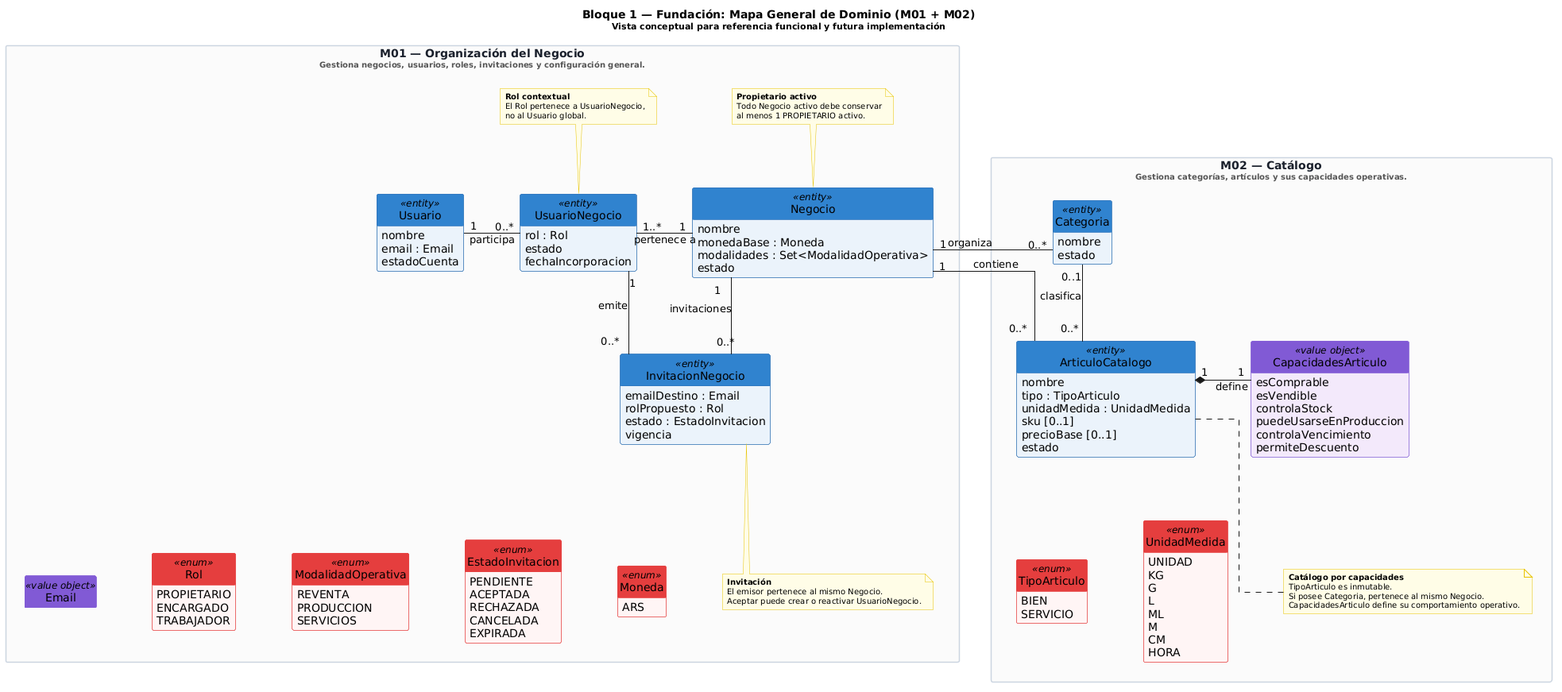
Above: Proyecto-3-Extendido-Generico/modelo-dominio/bloque-1-fundacion/01-diagrama-general.png in Jorge10192/TP-Programacion2-UNSAM-2C2026 (PlantUML), before the change.
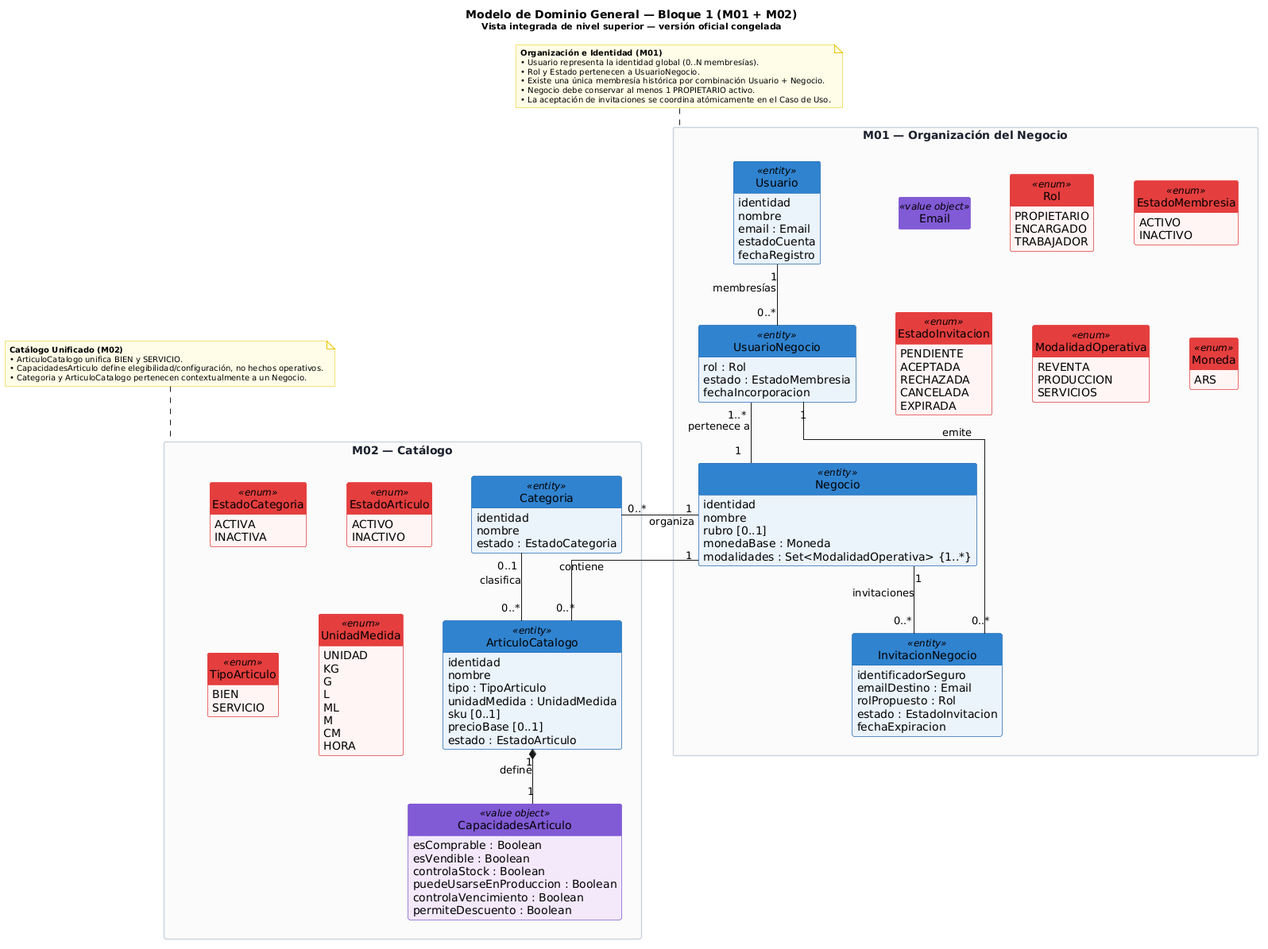
Later version of the same file.

Change to the diagram source:
```diff
@@ -1,13 +1,14 @@
 @startuml
-title Bloque 1 — Fundación: Mapa General de Dominio (M01 + M02)\n<size:11>Vista conceptual para referencia funcional y futura implementación</size>
+title Modelo de Dominio General — Bloque 1 (M01 + M02)\n<size:11>Vista integrada de nivel superior — versión oficial congelada</size>
 
 
 skinparam classAttributeIconSize 0
 skinparam linetype ortho
 skinparam packageStyle rectangle
 skinparam shadowing false
-skinparam nodesep 70
-skinparam ranksep 80
+skinparam nodesep 50
+skinparam ranksep 60
+
 skinparam noteFontSize 10
 skinparam noteBackgroundColor #FFFDE7
 skinparam noteBorderColor #E6C200
@@ -16,59 +17,58 @@
 hide empty members
 
 skinparam class {
-    BackgroundColor<<entity>> #EBF3FA
-    BorderColor<<entity>> #2B6CB0
-    HeaderBackgroundColor<<entity>> #3182CE
+  BackgroundColor<<entity>> #EBF3FA
+  BorderColor<<entity>> #2B6CB0
+  HeaderBackgroundColor<<entity>> #3182CE
 
-    BackgroundColor<<value object>> #F3E8FA
-    BorderColor<<value object>> #805AD5
-    HeaderBackgroundColor<<value object>> #805AD5
+  BackgroundColor<<value object>> #F3E8FA
+  BorderColor<<value object>> #805AD5
+  HeaderBackgroundColor<<value object>> #805AD5
 
-    BackgroundColor<<enum>> #FFF5F5
-    BorderColor<<enum>> #E53E3E
-    HeaderBackgroundColor<<enum>> #E53E3E
+  BackgroundColor<<enum>> #FFF5F5
+  BorderColor<<enum>> #E53E3E
+  HeaderBackgroundColor<<enum>> #E53E3E
 }
 
 skinparam package {
-    BorderColor #CBD5E0
-    BackgroundColor #FAFAFA
-    FontColor #1A202C
-    FontStyle bold
+  BorderColor #CBD5E0
+  BackgroundColor #FAFAFA
+  FontColor #1A202C
+  FontStyle bold
 }
 
 
-package "M01 — Organización del Negocio\n<size:10><font color=555555>Gestiona negocios, usuarios, roles, invitaciones y configuración general.</font></size>" as M01 {
+package "M01 — Organización del Negocio" as M01 {
 
   class Usuario <<entity>> {
+    identidad
     nombre
     email : Email
     estadoCuenta
+    fechaRegistro
   }
 
   class UsuarioNegocio <<entity>> {
     rol : Rol
-    estado
+    estado : EstadoMembresia
     fechaIncorporacion
   }
 
   class Negocio <<entity>> {
+    identidad
     nombre
+    rubro [0..1]
     monedaBase : Moneda
-    modalidades : Set<ModalidadOperativa>
-    estado
+    modalidades : Set<ModalidadOperativa> {1..*}
   }
 
   class InvitacionNegocio <<entity>> {
+    identificadorSeguro
     emailDestino : Email
     rolPropuesto : Rol
     estado : EstadoInvitacion
-    vigencia
+    fechaExpiracion
   }
-
-  Usuario "1" -right- "0..*" UsuarioNegocio : participa
-  UsuarioNegocio "1..*" -right- "1" Negocio : pertenece a
-  Negocio "1" -down- "0..*" InvitacionNegocio : invitaciones
-  UsuarioNegocio "1" -down- "0..*" InvitacionNegocio : emite
 
   class Email <<value object>>
 
@@ -78,10 +78,9 @@
     TRABAJADOR
   }
 
-  enum ModalidadOperativa <<enum>> {
-    REVENTA
-    PRODUCCION
-    SERVICIOS
+  enum EstadoMembresia <<enum>> {
+    ACTIVO
+    INACTIVO
   }
 
   enum EstadoInvitacion <<enum>> {
@@ -92,64 +91,54 @@
     EXPIRADA
   }
 
+  enum ModalidadOperativa <<enum>> {
+    REVENTA
+    PRODUCCION
+    SERVICIOS
+  }
+
   enum Moneda <<enum>> {
     ARS
   }
-
-  Email -[hidden]right- Rol
-  Rol -[hidden]right- ModalidadOperativa
-  ModalidadOperativa -[hidden]right- EstadoInvitacion
-  EstadoInvitacion -[hidden]right- Moneda
-
-  InvitacionNegocio -[hidden]down- Email
-
-  note top of Negocio
-    <b>Propietario activo</b>
-    Todo Negocio activo debe conservar
-    al menos 1 PROPIETARIO activo.
-  end note
-
-  note top of UsuarioNegocio
-    <b>Rol contextual</b>
-    El Rol pertenece a UsuarioNegocio,
-    no al Usuario global.
-  end note
-
-  note bottom of InvitacionNegocio
-    <b>Invitación</b>
-    El emisor pertenece al mismo Negocio.
-    Aceptar puede crear o reactivar UsuarioNegocio.
-  end note
 }
 
 
-package "M02 — Catálogo\n<size:10><font color=555555>Gestiona categorías, artículos y sus capacidades operativas.</font></size>" as M02 {
+package "M02 — Catálogo" as M02 {
 
   class Categoria <<entity>> {
+    identidad
     nombre
-    estado
+    estado : EstadoCategoria
   }
 
   class ArticuloCatalogo <<entity>> {
+    identidad
     nombre
     tipo : TipoArticulo
     unidadMedida : UnidadMedida
     sku [0..1]
     precioBase [0..1]
-    estado
+    estado : EstadoArticulo
   }
 
   class CapacidadesArticulo <<value object>> {
-    esComprable
-    esVendible
-    controlaStock
-    puedeUsarseEnProduccion
-    controlaVencimiento
-    permiteDescuento
+    esComprable : Boolean
+    esVendible : Boolean
+    controlaStock : Boolean
+    puedeUsarseEnProduccion : Boolean
+    controlaVencimiento : Boolean
+    permiteDescuento : Boolean
   }
 
-  Categoria "0..1" -down- "0..*" ArticuloCatalogo : clasifica
-  ArticuloCatalogo "1" *-right- "1" CapacidadesArticulo : define
+  enum EstadoCategoria <<enum>> {
+    ACTIVA
+    INACTIVA
+  }
+
+  enum EstadoArticulo <<enum>> {
+    ACTIVO
+    INACTIVO
+  }
 
   enum TipoArticulo <<enum>> {
     BIEN
@@ -166,21 +155,34 @@
     CM
     HORA
   }
-
-  TipoArticulo -[hidden]right- UnidadMedida
-  ArticuloCatalogo -[hidden]down- TipoArticulo
-
-  note bottom of ArticuloCatalogo
-    <b>Catálogo por capacidades</b>
-    TipoArticulo es inmutable.
-    Si posee Categoria, pertenece al mismo Negocio.
-    CapacidadesArticulo define su comportamiento operativo.
-  end note
 }
 
 
-M01 -right[hidden]- M02
+Usuario "1" -- "0..*" UsuarioNegocio : membresías
+UsuarioNegocio "1..*" -- "1" Negocio : pertenece a
+Negocio "1" -- "0..*" InvitacionNegocio : invitaciones
+UsuarioNegocio "1" -- "0..*" InvitacionNegocio : emite
 
 Negocio "1" -right- "0..*" Categoria : organiza
 Negocio "1" -right- "0..*" ArticuloCatalogo : contiene
+
+Categoria "0..1" -- "0..*" ArticuloCatalogo : clasifica
+ArticuloCatalogo "1" *-- "1" CapacidadesArticulo : define
+
+
+note top of M01
+  <b>Organización e Identidad (M01)</b>
+  • Usuario representa la identidad global (0..N membresías).
+  • Rol y Estado pertenecen a UsuarioNegocio.
+  • Existe una única membresía histórica por combinación Usuario + Negocio.
+  • Negocio debe conservar al menos 1 PROPIETARIO activo.
+  • La aceptación de invitaciones se coordina atómicamente en el Caso de Uso.
+end note
+
+note top of M02
+  <b>Catálogo Unificado (M02)</b>
+  • ArticuloCatalogo unifica BIEN y SERVICIO.
+  • CapacidadesArticulo define elegibilidad/configuración, no hechos operativos.
+  • Categoria y ArticuloCatalogo pertenecen contextualmente a un Negocio.
+end note
 @enduml
```
